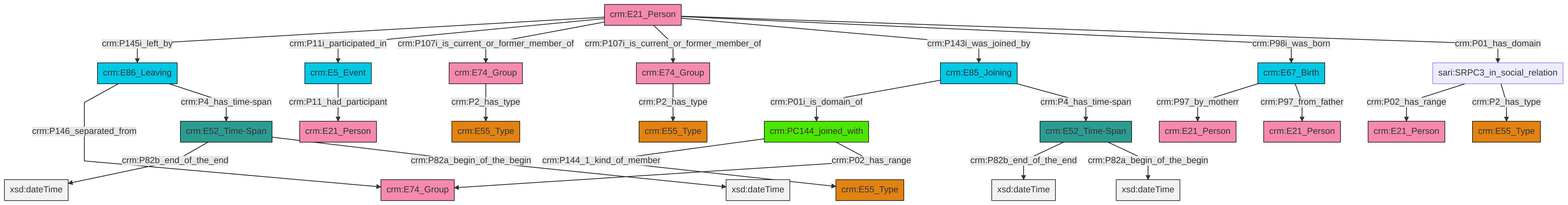
The Mermaid diagram et/personCSV/ttl/mmd/png/Person_Actor_Relations.png in swiss-art-research-net/reference-data-models, before a commit. Its source is kept beside it as et/personCSV/ttl/mmd/Person_Actor_Relations.ttl.mmd.
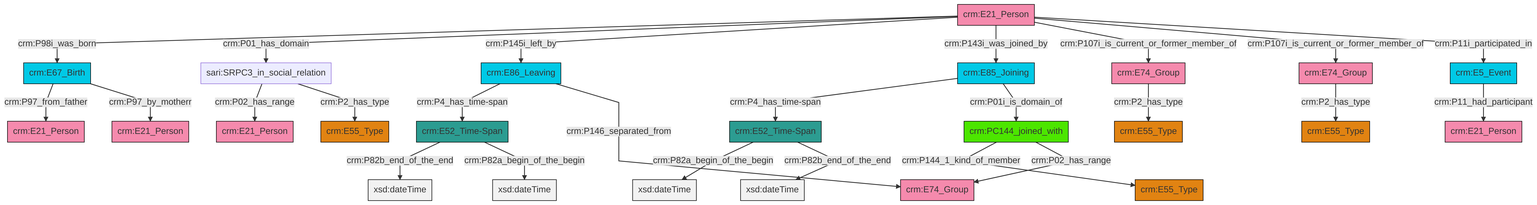
The same file after the commit.

Diff of the diagram source:
```diff
@@ -13,27 +13,27 @@
 classDef PC_Classes fill:#4ce600, stroke:#000000;
 classDef Multi fill:#cccccc,stroke:#000000;
 
-0["crm:E52_Time-Span"]:::Time-Span -->|crm:P82b_end_of_the_end| 1[xsd:dateTime]:::Literal
-2["crm:E85_Joining"]:::Temporal_Entity -->|crm:P01i_is_domain_of| 3["crm:PC144_joined_with"]:::PC_Classes
-12["crm:E21_Person"]:::Actor -->|crm:P145i_left_by| 13["crm:E86_Leaving"]:::Temporal_Entity
-13["crm:E86_Leaving"]:::Temporal_Entity -->|crm:P146_separated_from| 15["crm:E74_Group"]:::Actor
-5["crm:E52_Time-Span"]:::Time-Span -->|crm:P82b_end_of_the_end| 16[xsd:dateTime]:::Literal
-5["crm:E52_Time-Span"]:::Time-Span -->|crm:P82a_begin_of_the_begin| 17[xsd:dateTime]:::Literal
-20["crm:E5_Event"]:::Temporal_Entity -->|crm:P11_had_participant| 21["crm:E21_Person"]:::Actor
-12["crm:E21_Person"]:::Actor -->|crm:P11i_participated_in| 20["crm:E5_Event"]:::Temporal_Entity
-12["crm:E21_Person"]:::Actor -->|crm:P107i_is_current_or_former_member_of| 31["crm:E74_Group"]:::Actor
-8["sari:SRPC3_in_social_relation"]:::Default -->|crm:P02_has_range| 32["crm:E21_Person"]:::Actor
-8["sari:SRPC3_in_social_relation"]:::Default -->|crm:P2_has_type| 33["crm:E55_Type"]:::Type
-12["crm:E21_Person"]:::Actor -->|crm:P107i_is_current_or_former_member_of| 34["crm:E74_Group"]:::Actor
-31["crm:E74_Group"]:::Actor -->|crm:P2_has_type| 18["crm:E55_Type"]:::Type
-35["crm:E67_Birth"]:::Temporal_Entity -->|crm:P97_by_motherr| 26["crm:E21_Person"]:::Actor
-3["crm:PC144_joined_with"]:::PC_Classes -->|crm:P144_1_kind_of_member| 28["crm:E55_Type"]:::Type
-12["crm:E21_Person"]:::Actor -->|crm:P143i_was_joined_by| 2["crm:E85_Joining"]:::Temporal_Entity
-3["crm:PC144_joined_with"]:::PC_Classes -->|crm:P02_has_range| 15["crm:E74_Group"]:::Actor
-34["crm:E74_Group"]:::Actor -->|crm:P2_has_type| 24["crm:E55_Type"]:::Type
-2["crm:E85_Joining"]:::Temporal_Entity -->|crm:P4_has_time-span| 0["crm:E52_Time-Span"]:::Time-Span
-12["crm:E21_Person"]:::Actor -->|crm:P98i_was_born| 35["crm:E67_Birth"]:::Temporal_Entity
-13["crm:E86_Leaving"]:::Temporal_Entity -->|crm:P4_has_time-span| 5["crm:E52_Time-Span"]:::Time-Span
-35["crm:E67_Birth"]:::Temporal_Entity -->|crm:P97_from_father| 10["crm:E21_Person"]:::Actor
-12["crm:E21_Person"]:::Actor -->|crm:P01_has_domain| 8["sari:SRPC3_in_social_relation"]:::Default
-0["crm:E52_Time-Span"]:::Time-Span -->|crm:P82a_begin_of_the_begin| 45[xsd:dateTime]:::Literal
+2["crm:PC144_joined_with"]:::PC_Classes -->|crm:P144_1_kind_of_member| 0["crm:E55_Type"]:::Type
+7["crm:E21_Person"]:::Actor -->|crm:P98i_was_born| 5["crm:E67_Birth"]:::Temporal_Entity
+8["crm:E52_Time-Span"]:::Time-Span -->|crm:P82b_end_of_the_end| 9[xsd:dateTime]:::Literal
+10["crm:E52_Time-Span"]:::Time-Span -->|crm:P82a_begin_of_the_begin| 11[xsd:dateTime]:::Literal
+7["crm:E21_Person"]:::Actor -->|crm:P01_has_domain| 16["sari:SRPC3_in_social_relation"]:::Default
+17["crm:E74_Group"]:::Actor -->|crm:P2_has_type| 3["crm:E55_Type"]:::Type
+7["crm:E21_Person"]:::Actor -->|crm:P145i_left_by| 18["crm:E86_Leaving"]:::Temporal_Entity
+16["sari:SRPC3_in_social_relation"]:::Default -->|crm:P02_has_range| 19["crm:E21_Person"]:::Actor
+16["sari:SRPC3_in_social_relation"]:::Default -->|crm:P2_has_type| 24["crm:E55_Type"]:::Type
+7["crm:E21_Person"]:::Actor -->|crm:P143i_was_joined_by| 14["crm:E85_Joining"]:::Temporal_Entity
+14["crm:E85_Joining"]:::Temporal_Entity -->|crm:P4_has_time-span| 10["crm:E52_Time-Span"]:::Time-Span
+7["crm:E21_Person"]:::Actor -->|crm:P107i_is_current_or_former_member_of| 26["crm:E74_Group"]:::Actor
+5["crm:E67_Birth"]:::Temporal_Entity -->|crm:P97_from_father| 28["crm:E21_Person"]:::Actor
+29["crm:E5_Event"]:::Temporal_Entity -->|crm:P11_had_participant| 30["crm:E21_Person"]:::Actor
+26["crm:E74_Group"]:::Actor -->|crm:P2_has_type| 20["crm:E55_Type"]:::Type
+10["crm:E52_Time-Span"]:::Time-Span -->|crm:P82b_end_of_the_end| 32[xsd:dateTime]:::Literal
+7["crm:E21_Person"]:::Actor -->|crm:P107i_is_current_or_former_member_of| 17["crm:E74_Group"]:::Actor
+2["crm:PC144_joined_with"]:::PC_Classes -->|crm:P02_has_range| 33["crm:E74_Group"]:::Actor
+18["crm:E86_Leaving"]:::Temporal_Entity -->|crm:P4_has_time-span| 8["crm:E52_Time-Span"]:::Time-Span
+14["crm:E85_Joining"]:::Temporal_Entity -->|crm:P01i_is_domain_of| 2["crm:PC144_joined_with"]:::PC_Classes
+18["crm:E86_Leaving"]:::Temporal_Entity -->|crm:P146_separated_from| 33["crm:E74_Group"]:::Actor
+7["crm:E21_Person"]:::Actor -->|crm:P11i_participated_in| 29["crm:E5_Event"]:::Temporal_Entity
+5["crm:E67_Birth"]:::Temporal_Entity -->|crm:P97_by_motherr| 22["crm:E21_Person"]:::Actor
+8["crm:E52_Time-Span"]:::Time-Span -->|crm:P82a_begin_of_the_begin| 44[xsd:dateTime]:::Literal
```
